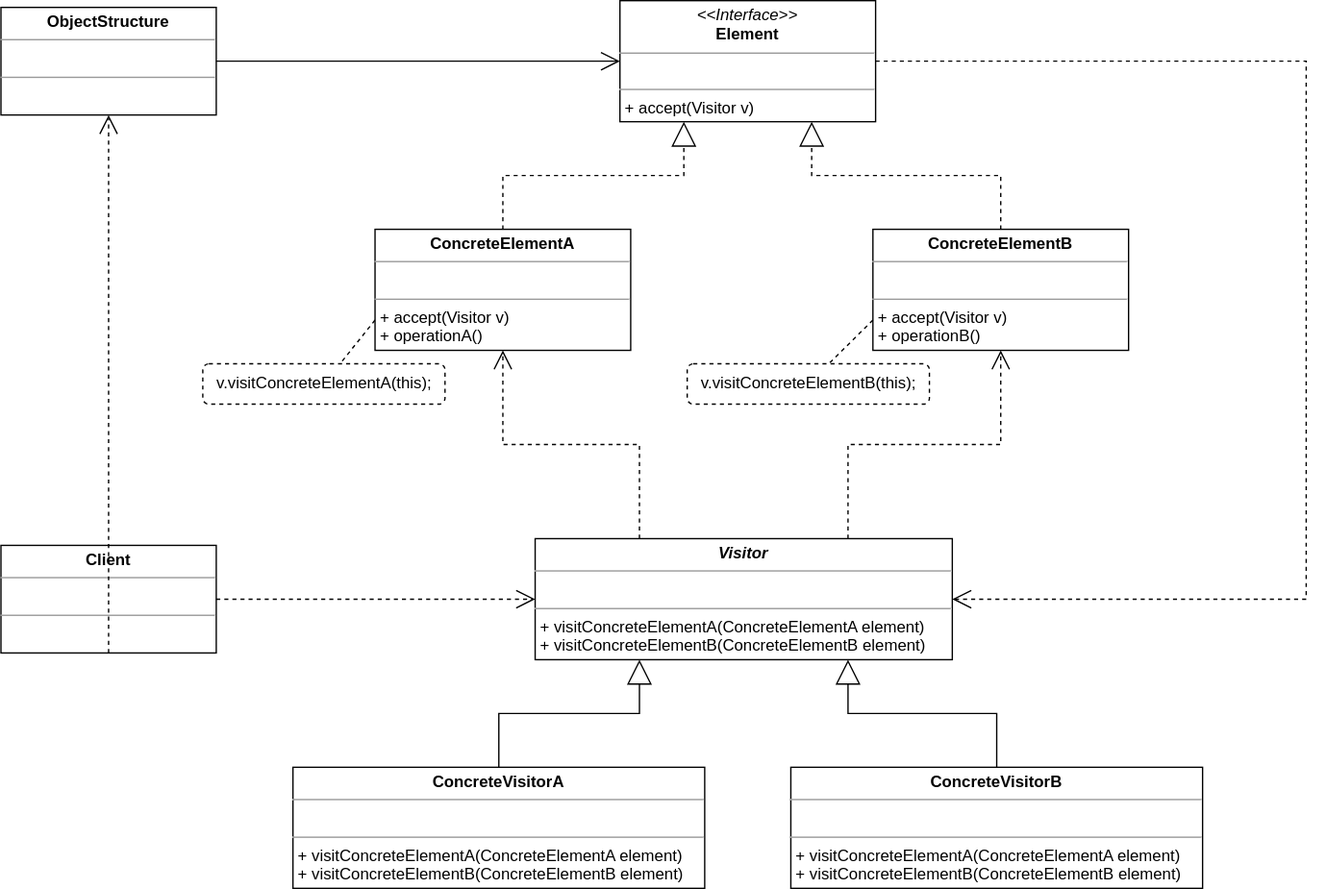
Earlier version of the draw.io export 设计模式/assets/visitor-pattern.svg (ustargaze/til). Source tidied: cells renumbered, new cells last; positions are measured from the earlier drawing's top-left corner, leaving out a move shared by most shapes.
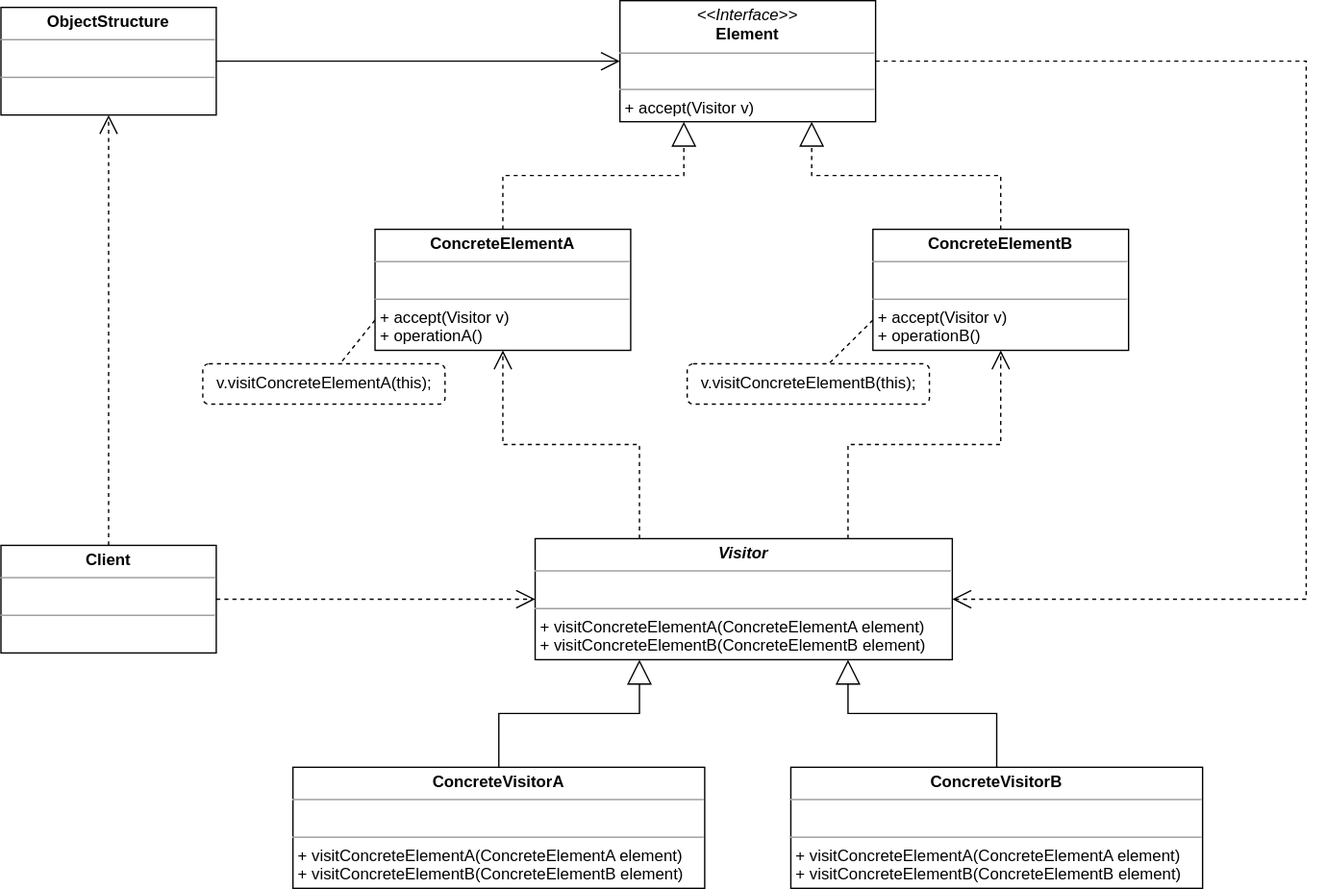
After the commit.

Commit message:
修改访问者模式的类图

What changed in the source:
```diff
@@ -47,7 +47,7 @@
     <mxCell id="16" style="endArrow=open;endSize=12;dashed=1;html=1;rounded=0;entryX=0;entryY=0.5;entryDx=0;entryDy=0;exitX=1;exitY=0.5;exitDx=0;exitDy=0;" parent="1" edge="1" source="15" target="2">
       <mxGeometry relative="1" as="geometry" />
     </mxCell>
-    <mxCell id="17" style="endArrow=open;endSize=12;dashed=1;html=1;rounded=0;entryX=0.5;entryY=1;entryDx=0;entryDy=0;exitX=0.5;exitY=1;exitDx=0;exitDy=0;" parent="1" edge="1" source="15" target="13">
+    <mxCell id="17" style="endArrow=open;endSize=12;dashed=1;html=1;rounded=0;entryX=0.5;entryY=1;entryDx=0;entryDy=0;exitX=0.5;exitY=0;exitDx=0;exitDy=0;" parent="1" edge="1" source="15" target="13">
       <mxGeometry relative="1" as="geometry" />
     </mxCell>
     <mxCell id="18" value="v.visitConcreteElementA(this);" style="text;html=1;align=center;verticalAlign=middle;points=[];strokeColor=default;fillColor=none;rounded=1;dashed=1;" parent="1" vertex="1">
```
